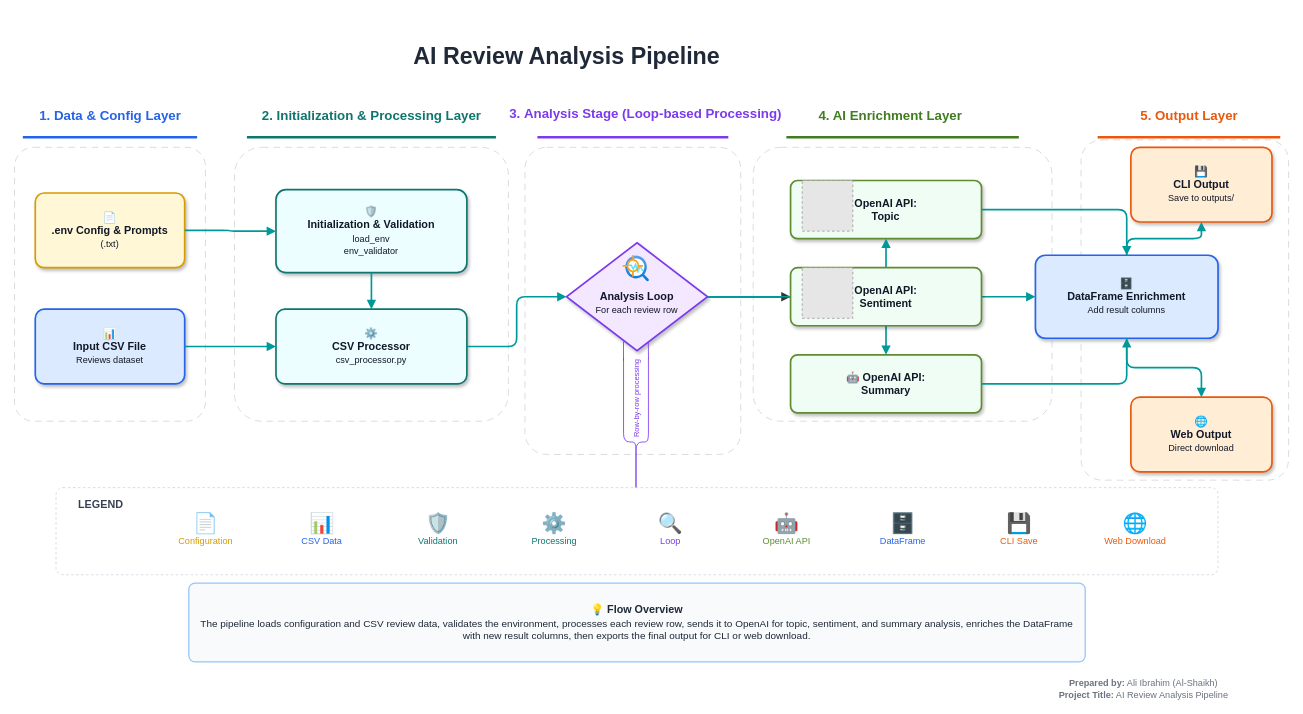
Before: assets/AI_Review_Analysis_Pipeline.drawio in ali-ibrahim-alshaikh/ai-powered-customer-review-analyzer, a draw.io diagram. Source tidied: cells renumbered, new cells numbered last; positions are measured from the earlier drawing's top-left corner, leaving out a move shared by most shapes. Both pictures are drawn from the tidied source at 83%, with x=0, y=0 at pixel (14, 39). Pictures stored in the file or linked from it are replaced by grey dashed boxes.
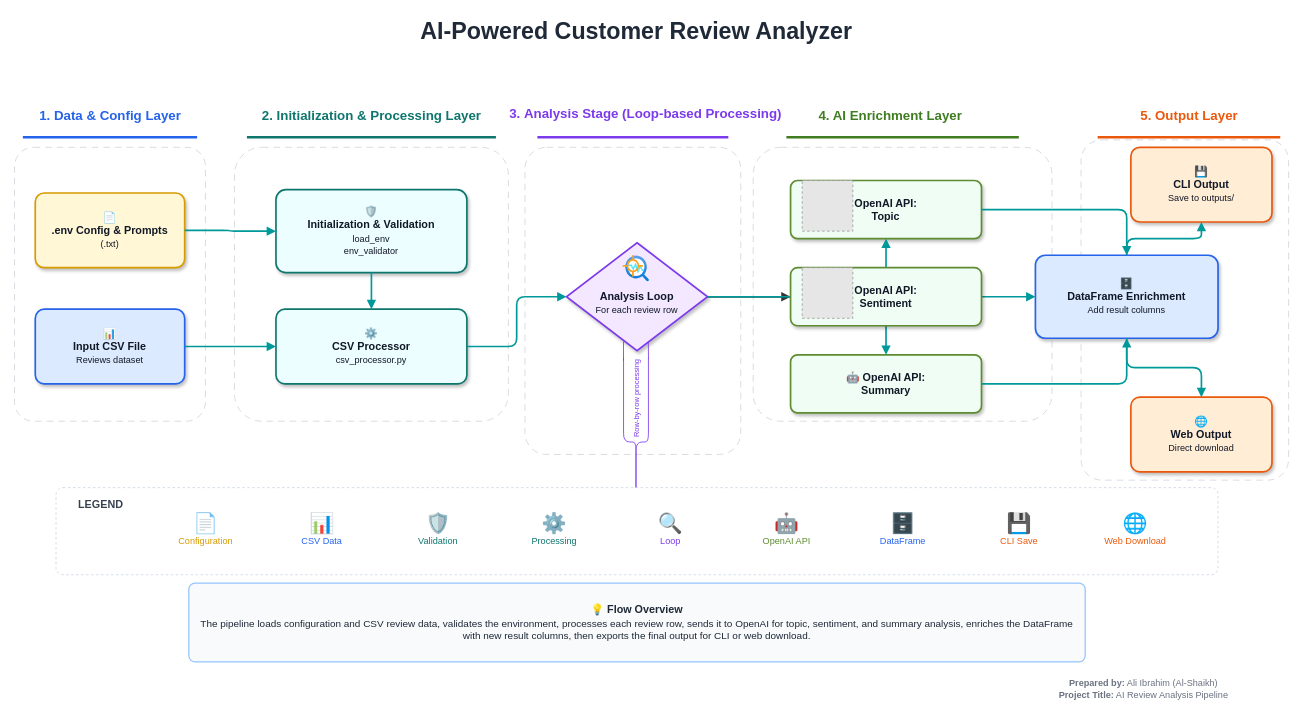
The same diagram, later.

Change to the diagram source:
```diff
@@
-    <mxCell id="2" value="AI Review Analysis Pipeline" style="text;html=1;strokeColor=none;fillColor=none;fontSize=28;fontStyle=1;fontColor=#1F2937;align=center;verticalAlign=middle;" parent="1" vertex="1">
-      <mxGeometry x="340" width="650" height="40" as="geometry" />
+    <mxCell id="2" value="AI-Powered Customer Review Analyzer" style="text;html=1;strokeColor=none;fillColor=none;fontSize=28;fontStyle=1;fontColor=#1F2937;align=center;verticalAlign=middle;" parent="1" vertex="1">
+      <mxGeometry x="423.8" y="-30" width="650" height="40" as="geometry" />
     </mxCell>
```
